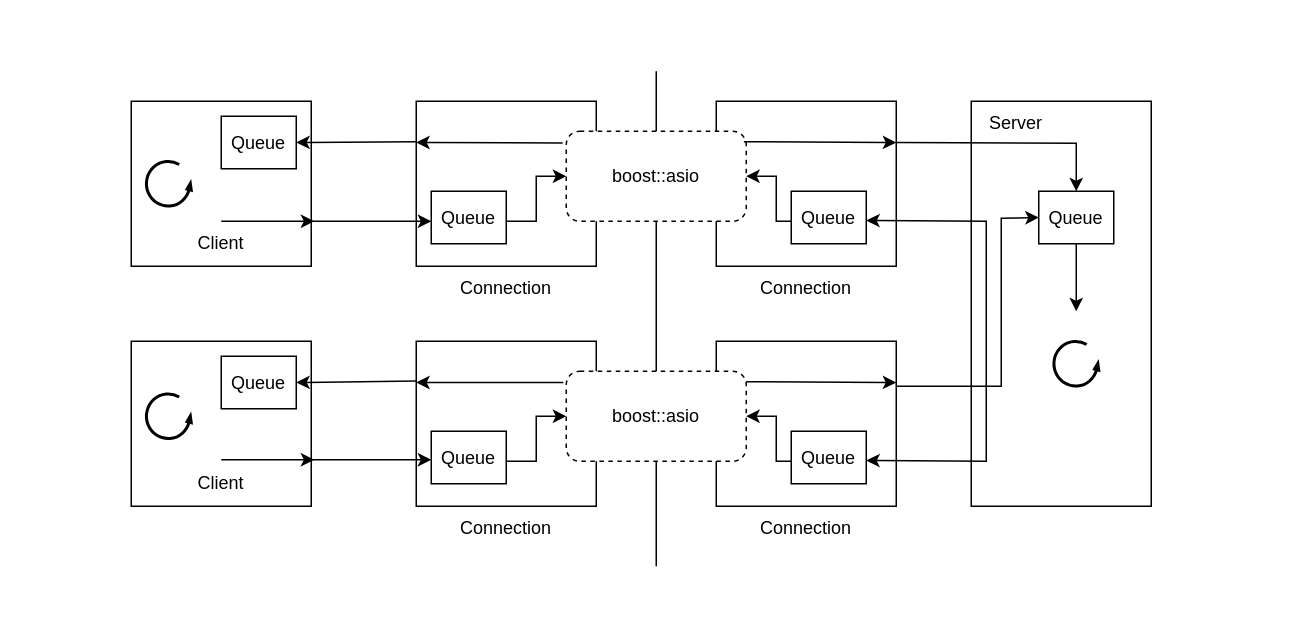
Earlier version of the draw.io diagram diagram/client-server-architecture.drawio (e-choness/mmo-framework-cpp). Source tidied: cells renumbered, new cells numbered last; positions are measured from the earlier drawing's top-left corner, leaving out a move shared by most shapes. Both pictures are drawn from the tidied source at 150%, with x=0, y=0 at pixel (130, 70).
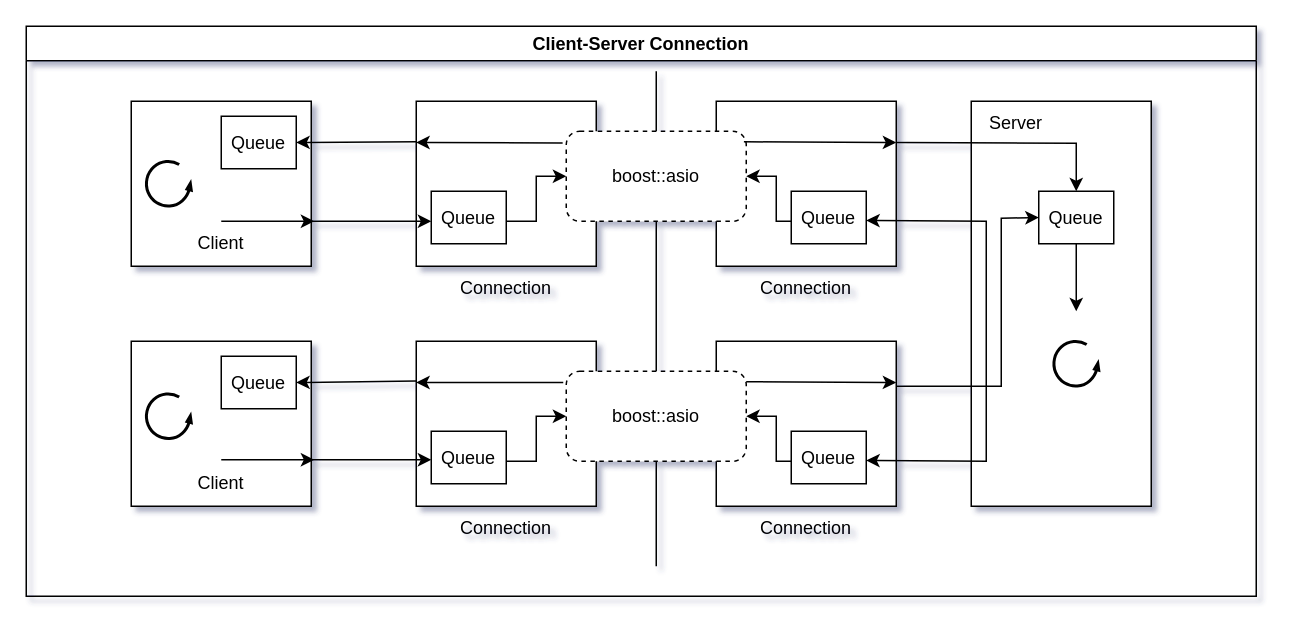
Above is the later version.

The edit, as a diff of the source:
```diff
@@
-<mxGraphModel>
+<mxGraphModel shadow="1">
@@
+    <mxCell id="47" value="Client-Server Connection" style="swimlane;whiteSpace=wrap;html=1;" parent="1" vertex="1">
+      <mxGeometry x="-70" y="-30" width="820" height="380" as="geometry" />
+    </mxCell>
```
